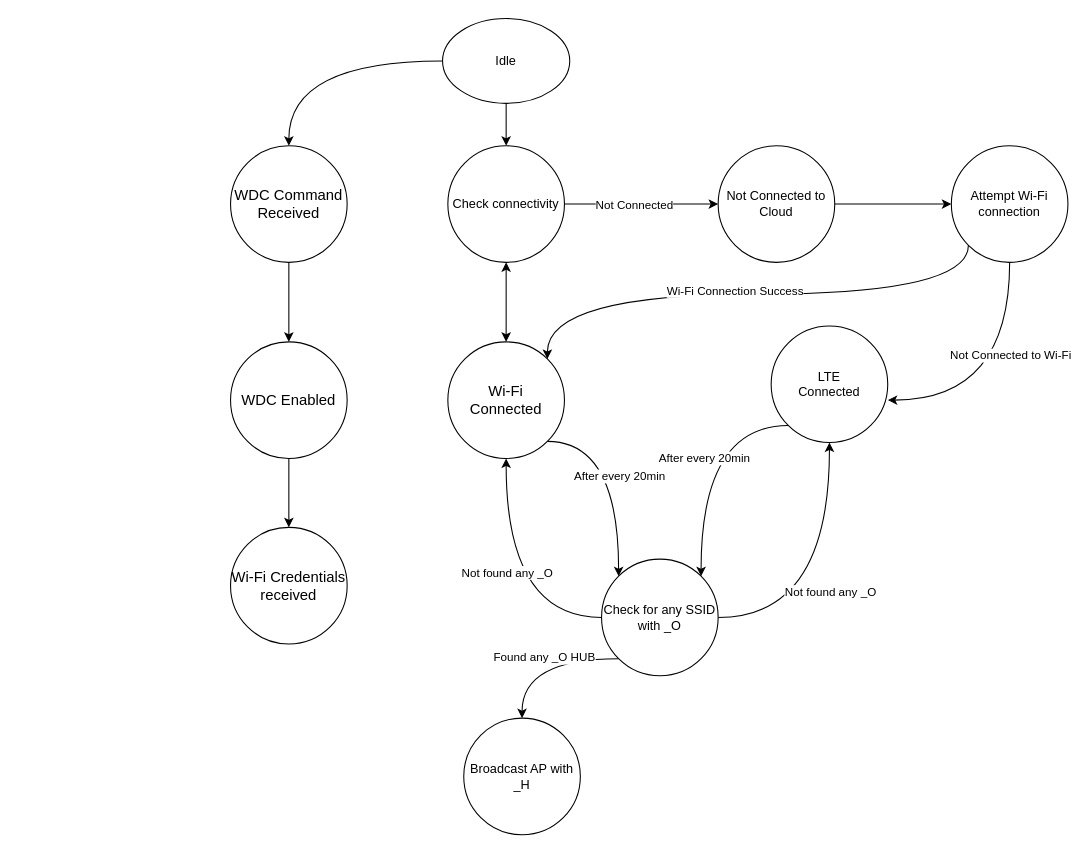
Before: connectivity states.drawio in sohaibqamar/drawings, a draw.io diagram. Source tidied: cells renumbered, new cells numbered last; positions are measured from the earlier drawing's top-left corner, leaving out a move shared by most shapes. Both pictures are drawn from the tidied source at 106%, with x=0, y=0 at pixel (230, 18).
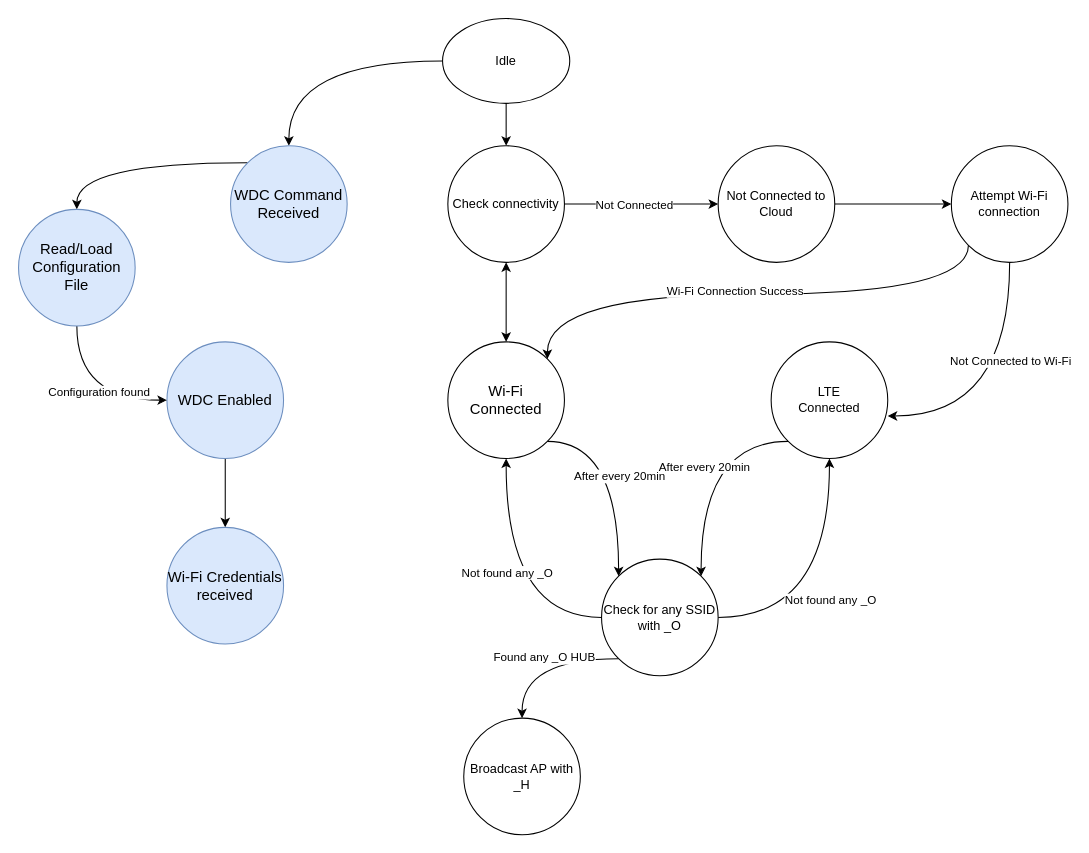
After the change.

Diff of the diagram source:
```diff
@@
     <mxCell id="14" value="LTE&lt;br&gt;Connected" style="ellipse;whiteSpace=wrap;html=1;" parent="1" vertex="1">
-      <mxGeometry x="510" y="290" width="110" height="110" as="geometry" />
+      <mxGeometry x="510" y="305" width="110" height="110" as="geometry" />
     </mxCell>
@@
-    <mxCell id="19" value="WDC Enabled" style="ellipse;whiteSpace=wrap;html=1;fontSize=14;" parent="1" vertex="1">
-      <mxGeometry y="305" width="110" height="110" as="geometry" />
+    <mxCell id="19" value="WDC Enabled" style="ellipse;whiteSpace=wrap;html=1;fontSize=14;fillColor=#dae8fc;strokeColor=#6c8ebf;" parent="1" vertex="1">
+      <mxGeometry x="-60" y="305" width="110" height="110" as="geometry" />
     </mxCell>
@@
-    <mxCell id="32" style="edgeStyle=orthogonalEdgeStyle;rounded=0;jettySize=auto;html=1;entryX=0.5;entryY=0;entryDx=0;entryDy=0;" parent="1" edge="1" source="33" target="19">
-      <mxGeometry relative="1" as="geometry" />
-    </mxCell>
+    <mxCell id="35" style="edgeStyle=orthogonalEdgeStyle;rounded=0;jettySize=auto;html=1;exitX=0;exitY=0;exitDx=0;exitDy=0;entryX=0.5;entryY=0;entryDx=0;entryDy=0;curved=1;" parent="1" edge="1" source="33" target="38">
+      <mxGeometry relative="1" as="geometry" />
+    </mxCell>
-    <mxCell id="33" value="WDC Command Received" style="ellipse;whiteSpace=wrap;html=1;fontSize=14;" parent="1" vertex="1">
+    <mxCell id="33" value="WDC Command Received" style="ellipse;whiteSpace=wrap;html=1;fontSize=14;fillColor=#dae8fc;strokeColor=#6c8ebf;" parent="1" vertex="1">
       <mxGeometry y="120" width="110" height="110" as="geometry" />
     </mxCell>
-    <mxCell id="34" value="Wi-Fi Credentials received" style="ellipse;whiteSpace=wrap;html=1;fontSize=14;" parent="1" vertex="1">
-      <mxGeometry y="480" width="110" height="110" as="geometry" />
+    <mxCell id="34" value="Wi-Fi Credentials received" style="ellipse;whiteSpace=wrap;html=1;fontSize=14;fillColor=#dae8fc;strokeColor=#6c8ebf;" parent="1" vertex="1">
+      <mxGeometry x="-60" y="480" width="110" height="110" as="geometry" />
     </mxCell>
+    <mxCell id="36" style="edgeStyle=orthogonalEdgeStyle;rounded=0;jettySize=auto;html=1;entryX=0;entryY=0.5;entryDx=0;entryDy=0;exitX=0.5;exitY=1;exitDx=0;exitDy=0;curved=1;" parent="1" edge="1" source="38" target="19">
+      <mxGeometry relative="1" as="geometry" />
+    </mxCell>
+    <mxCell id="37" value="Configuration found" style="edgeLabel;html=1;align=center;verticalAlign=middle;" parent="36" vertex="1">
+      <mxGeometry x="0.16" y="8" relative="1" as="geometry" />
+    </mxCell>
+    <mxCell id="38" value="Read/Load Configuration File" style="ellipse;whiteSpace=wrap;html=1;fontSize=14;fillColor=#dae8fc;strokeColor=#6c8ebf;" parent="1" vertex="1">
+      <mxGeometry x="-200" y="180" width="110" height="110" as="geometry" />
+    </mxCell>
```
